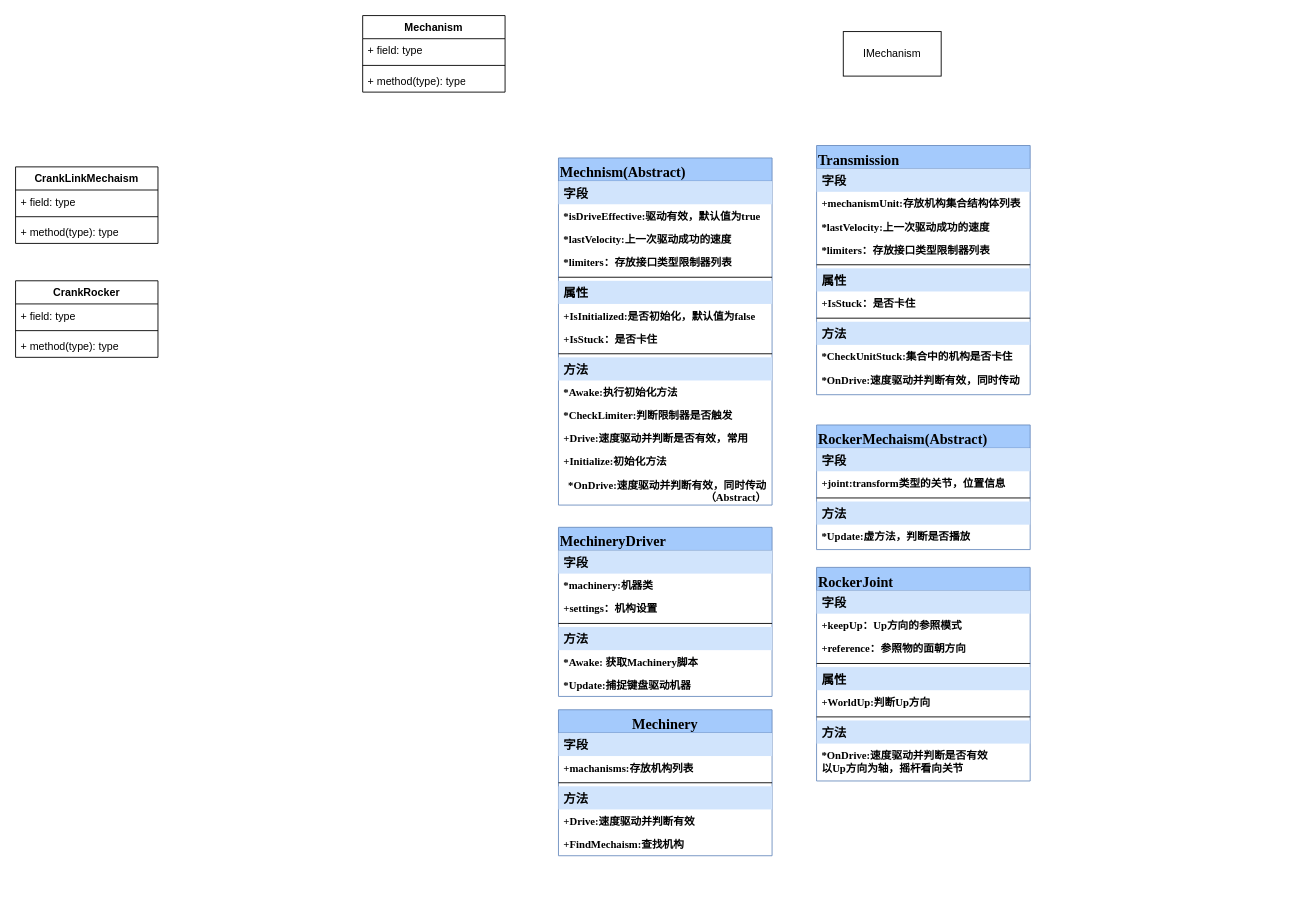
The draw.io diagram 装载机unity类图.drawio in plusfeng/plusfeng, before the edit. Source tidied: cells renumbered, new cells numbered last; positions are measured from the earlier drawing's top-left corner, leaving out a move shared by most shapes. Both pictures are drawn from the tidied source at 89%, with x=0, y=0 at pixel (15, 15).
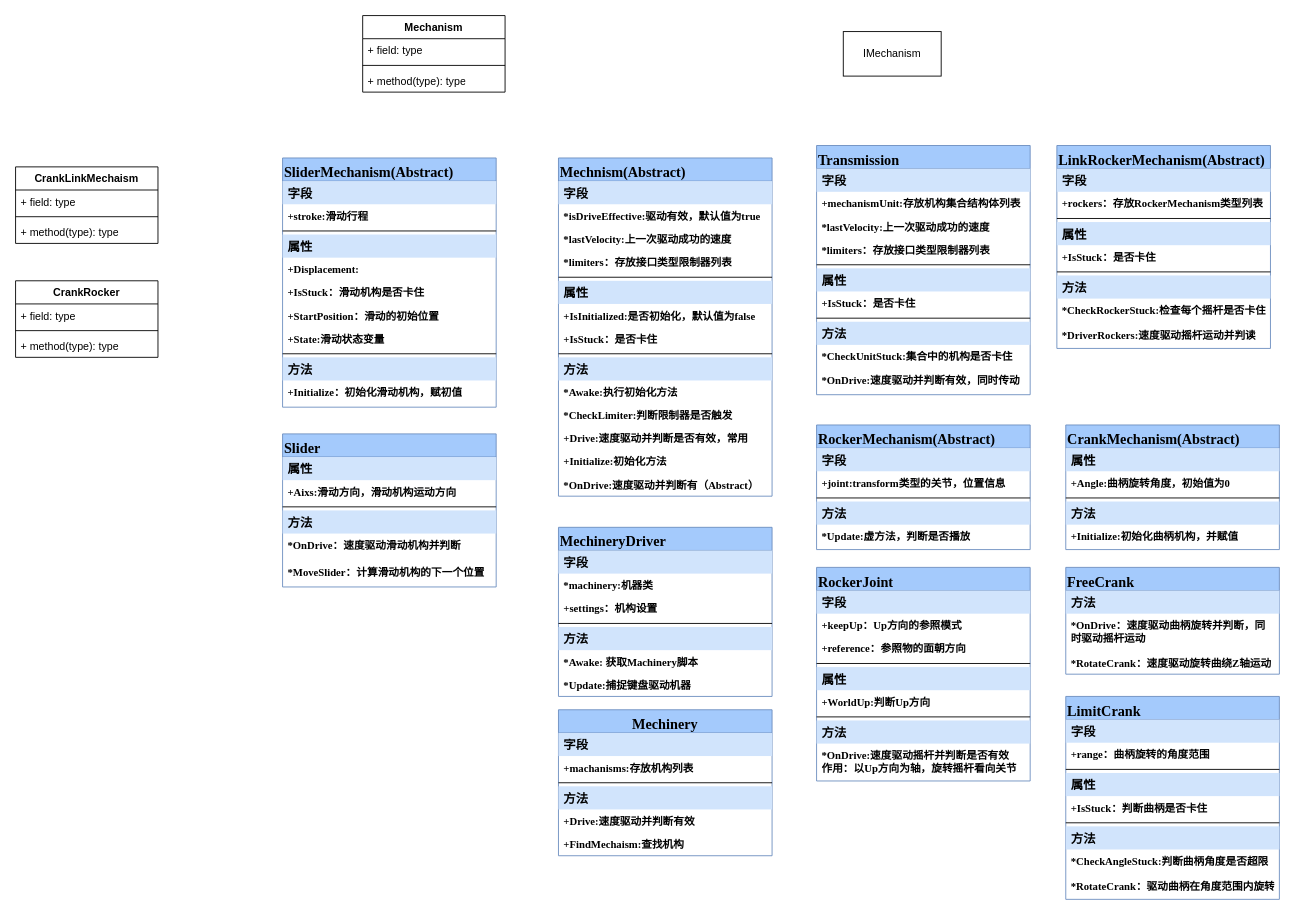
Above is the later version.

Commit message (it also covers changes not shown here):
更新装载机unity类图.drawio

The change refers to these unchanged cells:
```xml
<mxCell id="64" value="RockerJoint" style="swimlane;fontStyle=1;align=left;verticalAlign=top;horizontal=1;startSize=26;whiteSpace=wrap;html=1;labelBackgroundColor=none;rounded=0;fontSize=16;fontFamily=Times New Roman;labelBorderColor=none;glass=0;fillColor=#A4CAFC;strokeColor=#6c8ebf;" parent="1" vertex="1">
  <mxGeometry x="900" y="620" width="240" height="240" as="geometry" />
</mxCell>
```

Diff of the diagram source:
```diff
@@
     <mxCell id="30" value="Mechnism(Abstract)" style="swimlane;fontStyle=1;align=left;verticalAlign=top;horizontal=1;startSize=26;whiteSpace=wrap;html=1;labelBackgroundColor=none;rounded=0;fontSize=16;fontFamily=Times New Roman;labelBorderColor=none;glass=0;fillColor=#A4CAFC;strokeColor=#6c8ebf;" parent="1" vertex="1">
-      <mxGeometry x="610" y="160" width="240" height="390" as="geometry" />
+      <mxGeometry x="610" y="160" width="240" height="380" as="geometry" />
     </mxCell>
@@
-    <mxCell id="45" value="*OnDrive:速度驱动并判断有效，同时传动（Abstract）" style="text;strokeColor=none;fillColor=none;align=right;verticalAlign=top;spacingLeft=4;spacingRight=4;overflow=hidden;whiteSpace=wrap;html=1;labelBackgroundColor=none;rounded=0;fontSize=12;fontFamily=Times New Roman;fontStyle=1;" parent="30" vertex="1">
-      <mxGeometry y="354" width="240" height="36" as="geometry" />
+    <mxCell id="45" value="*OnDrive:速度驱动并判断有（Abstract）" style="text;strokeColor=none;fillColor=none;align=left;verticalAlign=top;spacingLeft=4;spacingRight=4;overflow=hidden;whiteSpace=wrap;html=1;labelBackgroundColor=none;rounded=0;fontSize=12;fontFamily=Times New Roman;fontStyle=1;" parent="30" vertex="1">
+      <mxGeometry y="354" width="240" height="26" as="geometry" />
     </mxCell>
@@
-    <mxCell id="58" value="RockerMechaism(Abstract)" style="swimlane;fontStyle=1;align=left;verticalAlign=top;horizontal=1;startSize=26;whiteSpace=wrap;html=1;labelBackgroundColor=none;rounded=0;fontSize=16;fontFamily=Times New Roman;labelBorderColor=none;glass=0;fillColor=#A4CAFC;strokeColor=#6c8ebf;" parent="1" vertex="1">
+    <mxCell id="58" value="RockerMechanism(Abstract)" style="swimlane;fontStyle=1;align=left;verticalAlign=top;horizontal=1;startSize=26;whiteSpace=wrap;html=1;labelBackgroundColor=none;rounded=0;fontSize=16;fontFamily=Times New Roman;labelBorderColor=none;glass=0;fillColor=#A4CAFC;strokeColor=#6c8ebf;" parent="1" vertex="1">
       <mxGeometry x="900" y="460" width="240" height="140" as="geometry" />
     </mxCell>
@@
-    <mxCell id="73" value="&lt;div&gt;*OnDrive:速度驱动并判断是否有效&lt;/div&gt;&lt;div&gt;以Up方向为轴，摇杆看向关节&lt;/div&gt;" style="text;strokeColor=none;fillColor=none;align=left;verticalAlign=top;spacingLeft=4;spacingRight=4;overflow=hidden;whiteSpace=wrap;html=1;labelBackgroundColor=none;rounded=0;fontSize=12;fontFamily=Times New Roman;fontStyle=1;" parent="64" vertex="1">
+    <mxCell id="73" value="&lt;div&gt;*OnDrive:速度驱动摇杆并判断是否有效&lt;/div&gt;&lt;div&gt;作用：以Up方向为轴，旋转摇杆看向关节&lt;/div&gt;" style="text;strokeColor=none;fillColor=none;align=left;verticalAlign=top;spacingLeft=4;spacingRight=4;overflow=hidden;whiteSpace=wrap;html=1;labelBackgroundColor=none;rounded=0;fontSize=12;fontFamily=Times New Roman;fontStyle=1;" parent="64" vertex="1">
       <mxGeometry y="198" width="240" height="42" as="geometry" />
     </mxCell>
+    <mxCell id="74" value="LinkRockerMechanism(Abstract)" style="swimlane;fontStyle=1;align=left;verticalAlign=top;horizontal=1;startSize=26;whiteSpace=wrap;html=1;labelBackgroundColor=none;rounded=0;fontSize=16;fontFamily=Times New Roman;labelBorderColor=none;glass=0;fillColor=#A4CAFC;strokeColor=#6c8ebf;" parent="1" vertex="1">
+      <mxGeometry x="1170" y="146" width="240" height="228" as="geometry" />
+    </mxCell>
+    <mxCell id="75" value="字段" style="text;strokeColor=none;fillColor=#D1E4FC;align=left;verticalAlign=top;spacingLeft=4;spacingRight=4;overflow=hidden;whiteSpace=wrap;html=1;labelBackgroundColor=none;rounded=0;fontSize=14;fontFamily=Times New Roman;fontStyle=1;" parent="74" vertex="1">
+      <mxGeometry y="26" width="240" height="26" as="geometry" />
+    </mxCell>
+    <mxCell id="76" value="+rockers：存放RockerMechanism类型列表" style="text;strokeColor=none;fillColor=none;align=left;verticalAlign=top;spacingLeft=4;spacingRight=4;overflow=hidden;whiteSpace=wrap;html=1;labelBackgroundColor=none;rounded=0;fontSize=12;fontFamily=Times New Roman;fontStyle=1;" parent="74" vertex="1">
+      <mxGeometry y="52" width="240" height="26" as="geometry" />
+    </mxCell>
+    <mxCell id="77" style="line;strokeWidth=1;fillColor=none;align=left;verticalAlign=middle;spacingTop=-1;spacingLeft=3;spacingRight=3;labelPosition=right;labelBackgroundColor=none;rounded=0;fontSize=12;fontFamily=Times New Roman;fontStyle=0;labelBorderColor=none;" parent="74" vertex="1">
+      <mxGeometry y="78" width="240" height="8" as="geometry" />
+    </mxCell>
+    <mxCell id="78" value="属性" style="text;strokeColor=none;fillColor=#D1E4FC;align=left;verticalAlign=top;spacingLeft=4;spacingRight=4;overflow=hidden;whiteSpace=wrap;html=1;labelBackgroundColor=none;rounded=0;fontSize=14;fontFamily=Times New Roman;fontStyle=1;" parent="74" vertex="1">
+      <mxGeometry y="86" width="240" height="26" as="geometry" />
+    </mxCell>
+    <mxCell id="79" value="+IsStuck：是否卡住" style="text;strokeColor=none;fillColor=none;align=left;verticalAlign=top;spacingLeft=4;spacingRight=4;overflow=hidden;whiteSpace=wrap;html=1;labelBackgroundColor=none;rounded=0;fontSize=12;fontFamily=Times New Roman;fontStyle=1;" parent="74" vertex="1">
+      <mxGeometry y="112" width="240" height="26" as="geometry" />
+    </mxCell>
+    <mxCell id="80" style="line;strokeWidth=1;fillColor=none;align=left;verticalAlign=middle;spacingTop=-1;spacingLeft=3;spacingRight=3;labelPosition=right;labelBackgroundColor=none;rounded=0;fontSize=12;fontFamily=Times New Roman;fontStyle=0;labelBorderColor=none;" parent="74" vertex="1">
+      <mxGeometry y="138" width="240" height="8" as="geometry" />
+    </mxCell>
+    <mxCell id="81" value="方法" style="text;strokeColor=none;fillColor=#D1E4FC;align=left;verticalAlign=top;spacingLeft=4;spacingRight=4;overflow=hidden;whiteSpace=wrap;html=1;labelBackgroundColor=none;rounded=0;fontSize=14;fontFamily=Times New Roman;fontStyle=1;" parent="74" vertex="1">
+      <mxGeometry y="146" width="240" height="26" as="geometry" />
+    </mxCell>
+    <mxCell id="82" value="&lt;div&gt;*CheckRockerStuck:检查每个摇杆是否卡住&lt;/div&gt;" style="text;strokeColor=none;fillColor=none;align=left;verticalAlign=top;spacingLeft=4;spacingRight=4;overflow=hidden;whiteSpace=wrap;html=1;labelBackgroundColor=none;rounded=0;fontSize=12;fontFamily=Times New Roman;fontStyle=1;" parent="74" vertex="1">
+      <mxGeometry y="172" width="240" height="28" as="geometry" />
+    </mxCell>
+    <mxCell id="83" value="*DriverRockers:速度驱动摇杆运动并判读" style="text;strokeColor=none;fillColor=none;align=left;verticalAlign=top;spacingLeft=4;spacingRight=4;overflow=hidden;whiteSpace=wrap;html=1;labelBackgroundColor=none;rounded=0;fontSize=12;fontFamily=Times New Roman;fontStyle=1;" parent="74" vertex="1">
+      <mxGeometry y="200" width="240" height="28" as="geometry" />
+    </mxCell>
+    <mxCell id="84" value="CrankMechanism(Abstract)" style="swimlane;fontStyle=1;align=left;verticalAlign=top;horizontal=1;startSize=26;whiteSpace=wrap;html=1;labelBackgroundColor=none;rounded=0;fontSize=16;fontFamily=Times New Roman;labelBorderColor=none;glass=0;fillColor=#A4CAFC;strokeColor=#6c8ebf;" parent="1" vertex="1">
+      <mxGeometry x="1180" y="460" width="240" height="140" as="geometry" />
+    </mxCell>
+    <mxCell id="85" value="属性" style="text;strokeColor=none;fillColor=#D1E4FC;align=left;verticalAlign=top;spacingLeft=4;spacingRight=4;overflow=hidden;whiteSpace=wrap;html=1;labelBackgroundColor=none;rounded=0;fontSize=14;fontFamily=Times New Roman;fontStyle=1;" parent="84" vertex="1">
+      <mxGeometry y="26" width="240" height="26" as="geometry" />
+    </mxCell>
+    <mxCell id="86" value="+Angle:曲柄旋转角度，初始值为0" style="text;strokeColor=none;fillColor=none;align=left;verticalAlign=top;spacingLeft=4;spacingRight=4;overflow=hidden;whiteSpace=wrap;html=1;labelBackgroundColor=none;rounded=0;fontSize=12;fontFamily=Times New Roman;fontStyle=1;" parent="84" vertex="1">
+      <mxGeometry y="52" width="240" height="26" as="geometry" />
+    </mxCell>
+    <mxCell id="87" style="line;strokeWidth=1;fillColor=none;align=left;verticalAlign=middle;spacingTop=-1;spacingLeft=3;spacingRight=3;labelPosition=right;labelBackgroundColor=none;rounded=0;fontSize=12;fontFamily=Times New Roman;fontStyle=0;labelBorderColor=none;" parent="84" vertex="1">
+      <mxGeometry y="78" width="240" height="8" as="geometry" />
+    </mxCell>
+    <mxCell id="88" value="方法" style="text;strokeColor=none;fillColor=#D1E4FC;align=left;verticalAlign=top;spacingLeft=4;spacingRight=4;overflow=hidden;whiteSpace=wrap;html=1;labelBackgroundColor=none;rounded=0;fontSize=14;fontFamily=Times New Roman;fontStyle=1;" parent="84" vertex="1">
+      <mxGeometry y="86" width="240" height="26" as="geometry" />
+    </mxCell>
+    <mxCell id="89" value="+Initialize:初始化曲柄机构，并赋值" style="text;strokeColor=none;fillColor=none;align=left;verticalAlign=top;spacingLeft=4;spacingRight=4;overflow=hidden;whiteSpace=wrap;html=1;labelBackgroundColor=none;rounded=0;fontSize=12;fontFamily=Times New Roman;fontStyle=1;" parent="84" vertex="1">
+      <mxGeometry y="112" width="240" height="28" as="geometry" />
+    </mxCell>
+    <mxCell id="90" value="FreeCrank" style="swimlane;fontStyle=1;align=left;verticalAlign=top;horizontal=1;startSize=26;whiteSpace=wrap;html=1;labelBackgroundColor=none;rounded=0;fontSize=16;fontFamily=Times New Roman;labelBorderColor=none;glass=0;fillColor=#A4CAFC;strokeColor=#6c8ebf;" parent="1" vertex="1">
+      <mxGeometry x="1180" y="620" width="240" height="120" as="geometry" />
+    </mxCell>
+    <mxCell id="91" value="方法" style="text;strokeColor=none;fillColor=#D1E4FC;align=left;verticalAlign=top;spacingLeft=4;spacingRight=4;overflow=hidden;whiteSpace=wrap;html=1;labelBackgroundColor=none;rounded=0;fontSize=14;fontFamily=Times New Roman;fontStyle=1;" parent="90" vertex="1">
+      <mxGeometry y="26" width="240" height="26" as="geometry" />
+    </mxCell>
+    <mxCell id="92" value="*OnDrive：速度驱动曲柄旋转并判断，同时驱动摇杆运动" style="text;strokeColor=none;fillColor=none;align=left;verticalAlign=top;spacingLeft=4;spacingRight=4;overflow=hidden;whiteSpace=wrap;html=1;labelBackgroundColor=none;rounded=0;fontSize=12;fontFamily=Times New Roman;fontStyle=1;" parent="90" vertex="1">
+      <mxGeometry y="52" width="240" height="42" as="geometry" />
+    </mxCell>
+    <mxCell id="93" value="*RotateCrank：速度驱动旋转曲绕Z轴运动" style="text;strokeColor=none;fillColor=none;align=left;verticalAlign=top;spacingLeft=4;spacingRight=4;overflow=hidden;whiteSpace=wrap;html=1;labelBackgroundColor=none;rounded=0;fontSize=12;fontFamily=Times New Roman;fontStyle=1;" parent="90" vertex="1">
+      <mxGeometry y="94" width="240" height="26" as="geometry" />
+    </mxCell>
+    <mxCell id="94" value="LimitCrank" style="swimlane;fontStyle=1;align=left;verticalAlign=top;horizontal=1;startSize=26;whiteSpace=wrap;html=1;labelBackgroundColor=none;rounded=0;fontSize=16;fontFamily=Times New Roman;labelBorderColor=none;glass=0;fillColor=#A4CAFC;strokeColor=#6c8ebf;" parent="1" vertex="1">
+      <mxGeometry x="1180" y="765" width="240" height="228" as="geometry" />
+    </mxCell>
+    <mxCell id="95" value="字段" style="text;strokeColor=none;fillColor=#D1E4FC;align=left;verticalAlign=top;spacingLeft=4;spacingRight=4;overflow=hidden;whiteSpace=wrap;html=1;labelBackgroundColor=none;rounded=0;fontSize=14;fontFamily=Times New Roman;fontStyle=1;" parent="94" vertex="1">
+      <mxGeometry y="26" width="240" height="26" as="geometry" />
+    </mxCell>
+    <mxCell id="96" value="+range：曲柄旋转的角度范围" style="text;strokeColor=none;fillColor=none;align=left;verticalAlign=top;spacingLeft=4;spacingRight=4;overflow=hidden;whiteSpace=wrap;html=1;labelBackgroundColor=none;rounded=0;fontSize=12;fontFamily=Times New Roman;fontStyle=1;" parent="94" vertex="1">
+      <mxGeometry y="52" width="240" height="26" as="geometry" />
+    </mxCell>
+    <mxCell id="97" style="line;strokeWidth=1;fillColor=none;align=left;verticalAlign=middle;spacingTop=-1;spacingLeft=3;spacingRight=3;labelPosition=right;labelBackgroundColor=none;rounded=0;fontSize=12;fontFamily=Times New Roman;fontStyle=0;labelBorderColor=none;" parent="94" vertex="1">
+      <mxGeometry y="78" width="240" height="8" as="geometry" />
+    </mxCell>
+    <mxCell id="98" value="属性" style="text;strokeColor=none;fillColor=#D1E4FC;align=left;verticalAlign=top;spacingLeft=4;spacingRight=4;overflow=hidden;whiteSpace=wrap;html=1;labelBackgroundColor=none;rounded=0;fontSize=14;fontFamily=Times New Roman;fontStyle=1;" parent="94" vertex="1">
+      <mxGeometry y="86" width="240" height="26" as="geometry" />
+    </mxCell>
+    <mxCell id="99" value="+IsStuck：判断曲柄是否卡住" style="text;strokeColor=none;fillColor=none;align=left;verticalAlign=top;spacingLeft=4;spacingRight=4;overflow=hidden;whiteSpace=wrap;html=1;labelBackgroundColor=none;rounded=0;fontSize=12;fontFamily=Times New Roman;fontStyle=1;" parent="94" vertex="1">
+      <mxGeometry y="112" width="240" height="26" as="geometry" />
+    </mxCell>
+    <mxCell id="100" style="line;strokeWidth=1;fillColor=none;align=left;verticalAlign=middle;spacingTop=-1;spacingLeft=3;spacingRight=3;labelPosition=right;labelBackgroundColor=none;rounded=0;fontSize=12;fontFamily=Times New Roman;fontStyle=0;labelBorderColor=none;" parent="94" vertex="1">
+      <mxGeometry y="138" width="240" height="8" as="geometry" />
+    </mxCell>
+    <mxCell id="101" value="方法" style="text;strokeColor=none;fillColor=#D1E4FC;align=left;verticalAlign=top;spacingLeft=4;spacingRight=4;overflow=hidden;whiteSpace=wrap;html=1;labelBackgroundColor=none;rounded=0;fontSize=14;fontFamily=Times New Roman;fontStyle=1;" parent="94" vertex="1">
+      <mxGeometry y="146" width="240" height="26" as="geometry" />
+    </mxCell>
+    <mxCell id="102" value="*CheckAngleStuck:判断曲柄角度是否超限" style="text;strokeColor=none;fillColor=none;align=left;verticalAlign=top;spacingLeft=4;spacingRight=4;overflow=hidden;whiteSpace=wrap;html=1;labelBackgroundColor=none;rounded=0;fontSize=12;fontFamily=Times New Roman;fontStyle=1;" parent="94" vertex="1">
+      <mxGeometry y="172" width="240" height="28" as="geometry" />
+    </mxCell>
+    <mxCell id="103" value="*RotateCrank：驱动曲柄在角度范围内旋转" style="text;strokeColor=none;fillColor=none;align=left;verticalAlign=top;spacingLeft=4;spacingRight=4;overflow=hidden;whiteSpace=wrap;html=1;labelBackgroundColor=none;rounded=0;fontSize=12;fontFamily=Times New Roman;fontStyle=1;" parent="94" vertex="1">
+      <mxGeometry y="200" width="240" height="28" as="geometry" />
+    </mxCell>
+    <mxCell id="104" value="SliderMechanism(Abstract)" style="swimlane;fontStyle=1;align=left;verticalAlign=top;horizontal=1;startSize=26;whiteSpace=wrap;html=1;labelBackgroundColor=none;rounded=0;fontSize=16;fontFamily=Times New Roman;labelBorderColor=none;glass=0;fillColor=#A4CAFC;strokeColor=#6c8ebf;" parent="1" vertex="1">
+      <mxGeometry x="300" y="160" width="240" height="280" as="geometry" />
+    </mxCell>
+    <mxCell id="105" value="字段" style="text;strokeColor=none;fillColor=#D1E4FC;align=left;verticalAlign=top;spacingLeft=4;spacingRight=4;overflow=hidden;whiteSpace=wrap;html=1;labelBackgroundColor=none;rounded=0;fontSize=14;fontFamily=Times New Roman;fontStyle=1;" parent="104" vertex="1">
+      <mxGeometry y="26" width="240" height="26" as="geometry" />
+    </mxCell>
+    <mxCell id="106" value="+stroke:滑动行程" style="text;strokeColor=none;fillColor=none;align=left;verticalAlign=top;spacingLeft=4;spacingRight=4;overflow=hidden;whiteSpace=wrap;html=1;labelBackgroundColor=none;rounded=0;fontSize=12;fontFamily=Times New Roman;fontStyle=1;" parent="104" vertex="1">
+      <mxGeometry y="52" width="240" height="26" as="geometry" />
+    </mxCell>
+    <mxCell id="107" style="line;strokeWidth=1;fillColor=none;align=left;verticalAlign=middle;spacingTop=-1;spacingLeft=3;spacingRight=3;labelPosition=right;labelBackgroundColor=none;rounded=0;fontSize=12;fontFamily=Times New Roman;fontStyle=0;labelBorderColor=none;" parent="104" vertex="1">
+      <mxGeometry y="78" width="240" height="8" as="geometry" />
+    </mxCell>
+    <mxCell id="108" value="属性" style="text;strokeColor=none;fillColor=#D1E4FC;align=left;verticalAlign=top;spacingLeft=4;spacingRight=4;overflow=hidden;whiteSpace=wrap;html=1;labelBackgroundColor=none;rounded=0;fontSize=14;fontFamily=Times New Roman;fontStyle=1;" parent="104" vertex="1">
+      <mxGeometry y="86" width="240" height="26" as="geometry" />
+    </mxCell>
+    <mxCell id="109" value="+Displacement:" style="text;strokeColor=none;fillColor=none;align=left;verticalAlign=top;spacingLeft=4;spacingRight=4;overflow=hidden;whiteSpace=wrap;html=1;labelBackgroundColor=none;rounded=0;fontSize=12;fontFamily=Times New Roman;fontStyle=1;" parent="104" vertex="1">
+      <mxGeometry y="112" width="240" height="26" as="geometry" />
+    </mxCell>
+    <mxCell id="110" value="+IsStuck：滑动机构是否卡住" style="text;strokeColor=none;fillColor=none;align=left;verticalAlign=top;spacingLeft=4;spacingRight=4;overflow=hidden;whiteSpace=wrap;html=1;labelBackgroundColor=none;rounded=0;fontSize=12;fontFamily=Times New Roman;fontStyle=1;" parent="104" vertex="1">
+      <mxGeometry y="138" width="240" height="26" as="geometry" />
+    </mxCell>
+    <mxCell id="111" value="+StartPosition：滑动的初始位置" style="text;strokeColor=none;fillColor=none;align=left;verticalAlign=top;spacingLeft=4;spacingRight=4;overflow=hidden;whiteSpace=wrap;html=1;labelBackgroundColor=none;rounded=0;fontSize=12;fontFamily=Times New Roman;fontStyle=1;" parent="104" vertex="1">
+      <mxGeometry y="164" width="240" height="26" as="geometry" />
+    </mxCell>
+    <mxCell id="112" value="+State:滑动状态变量" style="text;strokeColor=none;fillColor=none;align=left;verticalAlign=top;spacingLeft=4;spacingRight=4;overflow=hidden;whiteSpace=wrap;html=1;labelBackgroundColor=none;rounded=0;fontSize=12;fontFamily=Times New Roman;fontStyle=1;" parent="104" vertex="1">
+      <mxGeometry y="190" width="240" height="26" as="geometry" />
+    </mxCell>
+    <mxCell id="113" style="line;strokeWidth=1;fillColor=none;align=left;verticalAlign=middle;spacingTop=-1;spacingLeft=3;spacingRight=3;labelPosition=right;labelBackgroundColor=none;rounded=0;fontSize=12;fontFamily=Times New Roman;fontStyle=0;labelBorderColor=none;" parent="104" vertex="1">
+      <mxGeometry y="216" width="240" height="8" as="geometry" />
+    </mxCell>
+    <mxCell id="114" value="方法" style="text;strokeColor=none;fillColor=#D1E4FC;align=left;verticalAlign=top;spacingLeft=4;spacingRight=4;overflow=hidden;whiteSpace=wrap;html=1;labelBackgroundColor=none;rounded=0;fontSize=14;fontFamily=Times New Roman;fontStyle=1;" parent="104" vertex="1">
+      <mxGeometry y="224" width="240" height="26" as="geometry" />
+    </mxCell>
+    <mxCell id="115" value="+Initialize：初始化滑动机构，赋初值" style="text;strokeColor=none;fillColor=none;align=left;verticalAlign=top;spacingLeft=4;spacingRight=4;overflow=hidden;whiteSpace=wrap;html=1;labelBackgroundColor=none;rounded=0;fontSize=12;fontFamily=Times New Roman;fontStyle=1;" parent="104" vertex="1">
+      <mxGeometry y="250" width="240" height="30" as="geometry" />
+    </mxCell>
+    <mxCell id="116" value="Slider" style="swimlane;fontStyle=1;align=left;verticalAlign=top;horizontal=1;startSize=26;whiteSpace=wrap;html=1;labelBackgroundColor=none;rounded=0;fontSize=16;fontFamily=Times New Roman;labelBorderColor=none;glass=0;fillColor=#A4CAFC;strokeColor=#6c8ebf;" parent="1" vertex="1">
+      <mxGeometry x="300" y="470" width="240" height="172" as="geometry" />
+    </mxCell>
+    <mxCell id="117" value="属性" style="text;strokeColor=none;fillColor=#D1E4FC;align=left;verticalAlign=top;spacingLeft=4;spacingRight=4;overflow=hidden;whiteSpace=wrap;html=1;labelBackgroundColor=none;rounded=0;fontSize=14;fontFamily=Times New Roman;fontStyle=1;" parent="116" vertex="1">
+      <mxGeometry y="26" width="240" height="26" as="geometry" />
+    </mxCell>
+    <mxCell id="118" value="+Aixs:滑动方向，滑动机构运动方向" style="text;strokeColor=none;fillColor=none;align=left;verticalAlign=top;spacingLeft=4;spacingRight=4;overflow=hidden;whiteSpace=wrap;html=1;labelBackgroundColor=none;rounded=0;fontSize=12;fontFamily=Times New Roman;fontStyle=1;" parent="116" vertex="1">
+      <mxGeometry y="52" width="240" height="26" as="geometry" />
+    </mxCell>
+    <mxCell id="119" style="line;strokeWidth=1;fillColor=none;align=left;verticalAlign=middle;spacingTop=-1;spacingLeft=3;spacingRight=3;labelPosition=right;labelBackgroundColor=none;rounded=0;fontSize=12;fontFamily=Times New Roman;fontStyle=0;labelBorderColor=none;" parent="116" vertex="1">
+      <mxGeometry y="78" width="240" height="8" as="geometry" />
+    </mxCell>
+    <mxCell id="120" value="方法" style="text;strokeColor=none;fillColor=#D1E4FC;align=left;verticalAlign=top;spacingLeft=4;spacingRight=4;overflow=hidden;whiteSpace=wrap;html=1;labelBackgroundColor=none;rounded=0;fontSize=14;fontFamily=Times New Roman;fontStyle=1;" parent="116" vertex="1">
+      <mxGeometry y="86" width="240" height="26" as="geometry" />
+    </mxCell>
+    <mxCell id="121" value="*OnDrive：速度驱动滑动机构并判断" style="text;strokeColor=none;fillColor=none;align=left;verticalAlign=top;spacingLeft=4;spacingRight=4;overflow=hidden;whiteSpace=wrap;html=1;labelBackgroundColor=none;rounded=0;fontSize=12;fontFamily=Times New Roman;fontStyle=1;" parent="116" vertex="1">
+      <mxGeometry y="112" width="240" height="30" as="geometry" />
+    </mxCell>
+    <mxCell id="122" value="*MoveSlider：计算滑动机构的下一个位置" style="text;strokeColor=none;fillColor=none;align=left;verticalAlign=top;spacingLeft=4;spacingRight=4;overflow=hidden;whiteSpace=wrap;html=1;labelBackgroundColor=none;rounded=0;fontSize=12;fontFamily=Times New Roman;fontStyle=1;" parent="116" vertex="1">
+      <mxGeometry y="142" width="240" height="30" as="geometry" />
+    </mxCell>
```
